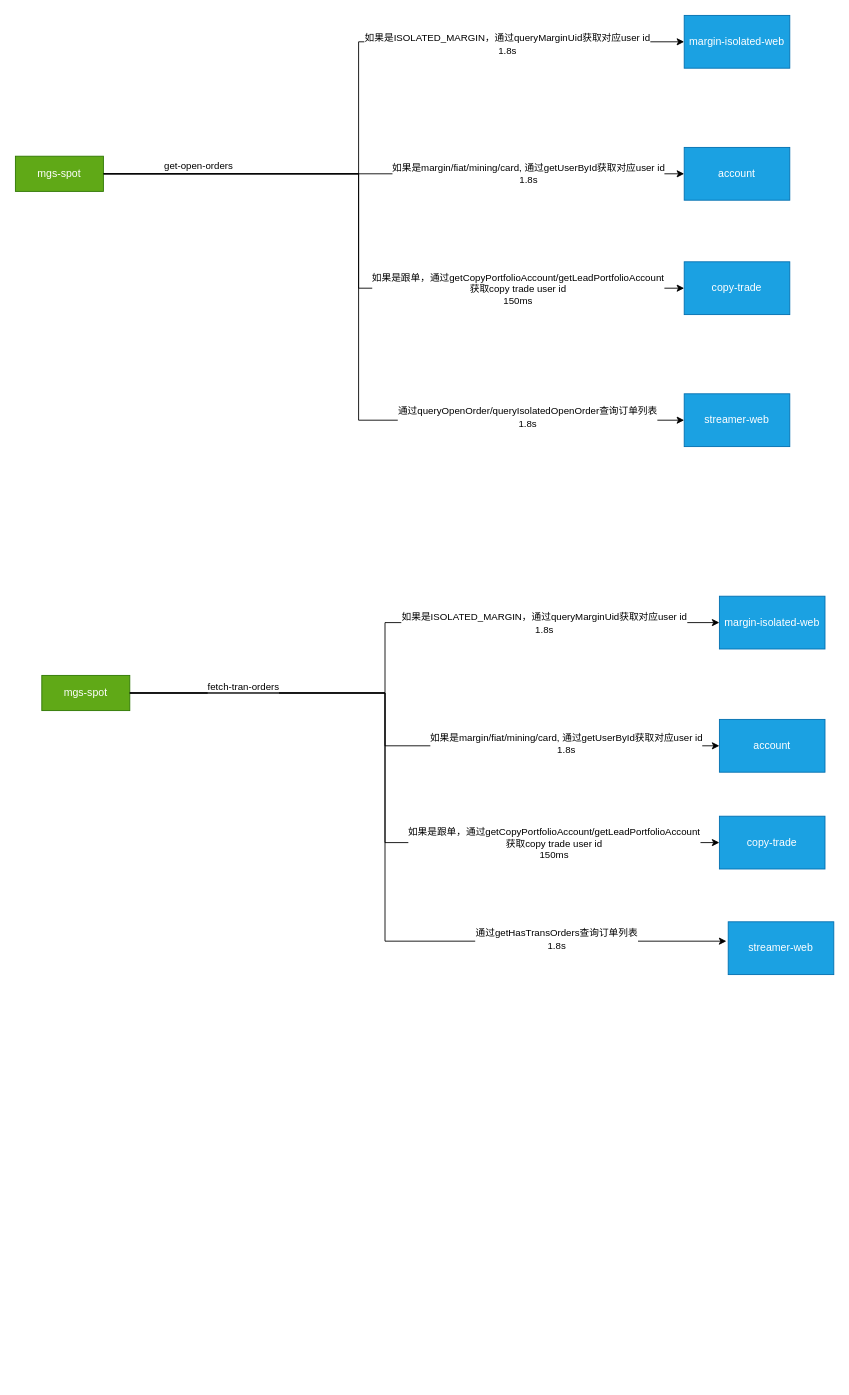
Earlier version of the draw.io diagram risk.drawio (jackjoesh/databend). Source tidied: cells renumbered, new cells numbered last; positions are measured from the earlier drawing's top-left corner, leaving out a move shared by most shapes. Both pictures are drawn from the tidied source at 88%, with x=0, y=0 at pixel (15, 15).
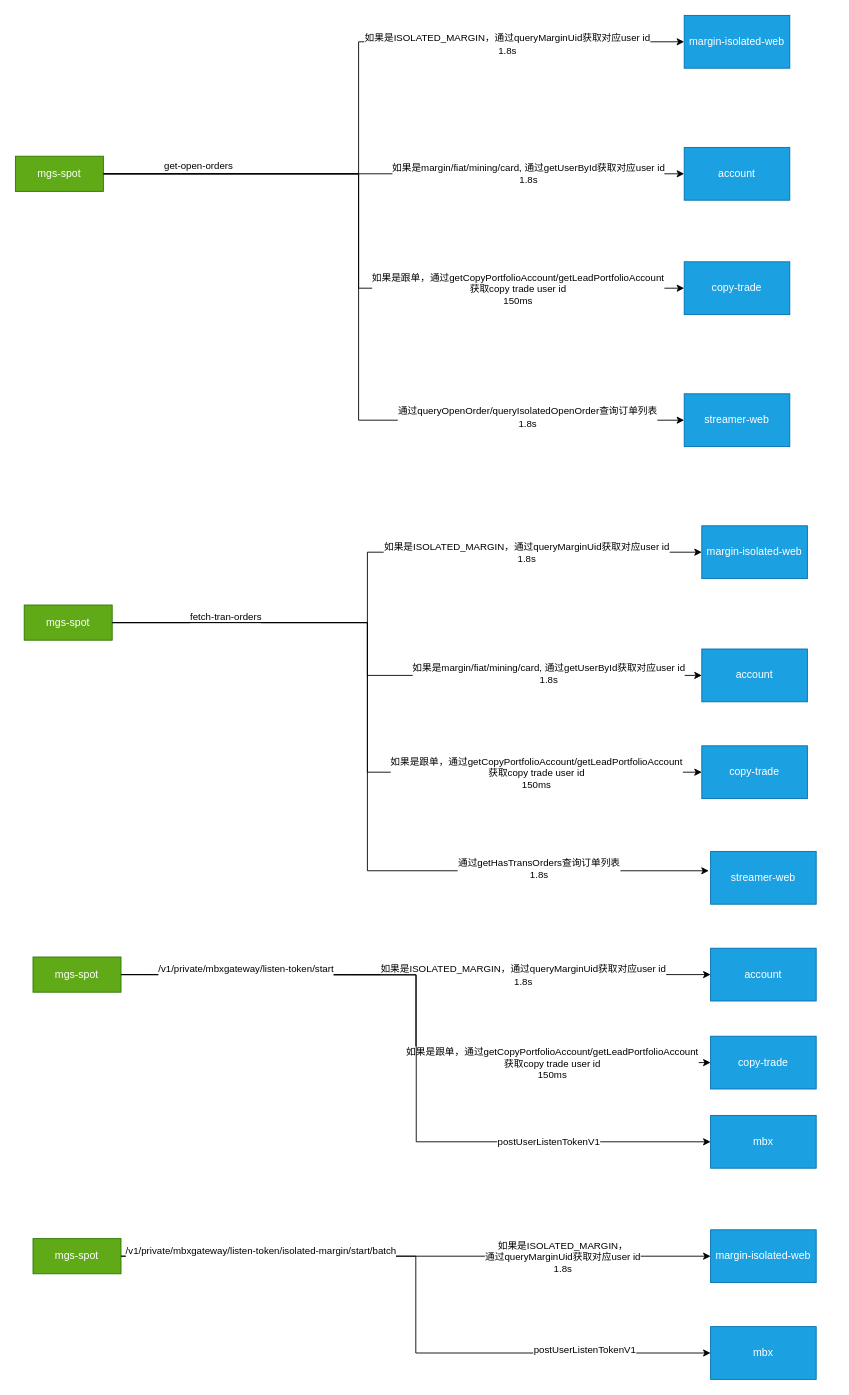
After the change.

Change to the diagram source:
```diff
@@
     <mxCell id="18" value="mgs-spot" style="rounded=0;whiteSpace=wrap;html=1;fillColor=#60a917;fontColor=#ffffff;strokeColor=#2D7600;" parent="1" vertex="1">
-      <mxGeometry x="30" y="750" width="100" height="40" as="geometry" />
+      <mxGeometry x="10" y="670" width="100" height="40" as="geometry" />
     </mxCell>
     <mxCell id="19" value="margin-isolated-web" style="rounded=0;whiteSpace=wrap;html=1;fillColor=#1ba1e2;fontColor=#ffffff;strokeColor=#006EAF;" parent="1" vertex="1">
-      <mxGeometry x="800" y="660" width="120" height="60" as="geometry" />
+      <mxGeometry x="780" y="580" width="120" height="60" as="geometry" />
     </mxCell>
     <mxCell id="20" value="account" style="rounded=0;whiteSpace=wrap;html=1;fillColor=#1ba1e2;fontColor=#ffffff;strokeColor=#006EAF;" parent="1" vertex="1">
-      <mxGeometry x="800" y="800" width="120" height="60" as="geometry" />
+      <mxGeometry x="780" y="720" width="120" height="60" as="geometry" />
     </mxCell>
     <mxCell id="21" style="endArrow=classic;html=1;rounded=0;edgeStyle=orthogonalEdgeStyle;entryX=0;entryY=0.5;entryDx=0;entryDy=0;exitX=1;exitY=0.5;exitDx=0;exitDy=0;" parent="1" edge="1" source="18" target="19">
       <mxGeometry relative="1" as="geometry">
         <Array as="points">
-          <mxPoint x="420" y="770" />
-          <mxPoint x="420" y="690" />
+          <mxPoint x="400" y="690" />
+          <mxPoint x="400" y="610" />
         </Array>
       </mxGeometry>
     </mxCell>
@@
     <mxCell id="23" style="endArrow=classic;html=1;rounded=0;entryX=0;entryY=0.5;entryDx=0;entryDy=0;edgeStyle=orthogonalEdgeStyle;exitX=1;exitY=0.5;exitDx=0;exitDy=0;" parent="1" edge="1" source="18" target="20">
       <mxGeometry relative="1" as="geometry">
         <Array as="points">
-          <mxPoint x="420" y="770" />
-          <mxPoint x="420" y="830" />
+          <mxPoint x="400" y="690" />
+          <mxPoint x="400" y="750" />
         </Array>
       </mxGeometry>
     </mxCell>
@@
     <mxCell id="26" value="copy-trade" style="rounded=0;whiteSpace=wrap;html=1;fillColor=#1ba1e2;fontColor=#ffffff;strokeColor=#006EAF;" parent="1" vertex="1">
-      <mxGeometry x="800" y="910" width="120" height="60" as="geometry" />
+      <mxGeometry x="780" y="830" width="120" height="60" as="geometry" />
     </mxCell>
     <mxCell id="27" value="streamer-web" style="rounded=0;whiteSpace=wrap;html=1;fillColor=#1ba1e2;fontColor=#ffffff;strokeColor=#006EAF;" parent="1" vertex="1">
-      <mxGeometry x="810" y="1030" width="120" height="60" as="geometry" />
+      <mxGeometry x="790" y="950" width="120" height="60" as="geometry" />
     </mxCell>
     <mxCell id="28" style="endArrow=classic;html=1;rounded=0;edgeStyle=orthogonalEdgeStyle;entryX=0;entryY=0.5;entryDx=0;entryDy=0;exitX=1;exitY=0.5;exitDx=0;exitDy=0;" parent="1" edge="1" source="18" target="26">
       <mxGeometry relative="1" as="geometry">
         <Array as="points">
-          <mxPoint x="420" y="770" />
-          <mxPoint x="420" y="940" />
+          <mxPoint x="400" y="690" />
+          <mxPoint x="400" y="860" />
         </Array>
       </mxGeometry>
     </mxCell>
@@
     <mxCell id="30" style="endArrow=classic;html=1;rounded=0;edgeStyle=orthogonalEdgeStyle;entryX=-0.017;entryY=0.367;entryDx=0;entryDy=0;entryPerimeter=0;" parent="1" edge="1" target="27">
       <mxGeometry relative="1" as="geometry">
-        <mxPoint x="130" y="770" as="sourcePoint" />
+        <mxPoint x="110" y="690" as="sourcePoint" />
         <Array as="points">
-          <mxPoint x="420" y="770" />
-          <mxPoint x="420" y="1052" />
+          <mxPoint x="400" y="690" />
+          <mxPoint x="400" y="972" />
         </Array>
       </mxGeometry>
     </mxCell>
@@
+    <mxCell id="32" value="mgs-spot" style="rounded=0;whiteSpace=wrap;html=1;fillColor=#60a917;fontColor=#ffffff;strokeColor=#2D7600;" parent="1" vertex="1">
+      <mxGeometry x="20" y="1070" width="100" height="40" as="geometry" />
+    </mxCell>
+    <mxCell id="33" value="account" style="rounded=0;whiteSpace=wrap;html=1;fillColor=#1ba1e2;fontColor=#ffffff;strokeColor=#006EAF;" parent="1" vertex="1">
+      <mxGeometry x="790" y="1060" width="120" height="60" as="geometry" />
+    </mxCell>
+    <mxCell id="34" style="endArrow=classic;html=1;rounded=0;edgeStyle=orthogonalEdgeStyle;exitX=1;exitY=0.5;exitDx=0;exitDy=0;entryX=0;entryY=0.5;entryDx=0;entryDy=0;" parent="1" edge="1" source="32" target="33">
+      <mxGeometry relative="1" as="geometry" />
+    </mxCell>
+    <mxCell id="35" value="如果是ISOLATED_MARGIN，通过queryMarginUid获取对应user id&lt;div&gt;1.8s&lt;/div&gt;" style="edgeLabel;html=1;align=center;verticalAlign=middle;" parent="34" vertex="1">
+      <mxGeometry x="0.36" relative="1" as="geometry" />
+    </mxCell>
+    <mxCell id="36" value="copy-trade" style="rounded=0;whiteSpace=wrap;html=1;fillColor=#1ba1e2;fontColor=#ffffff;strokeColor=#006EAF;" parent="1" vertex="1">
+      <mxGeometry x="790" y="1160" width="120" height="60" as="geometry" />
+    </mxCell>
+    <mxCell id="37" value="mbx" style="rounded=0;whiteSpace=wrap;html=1;fillColor=#1ba1e2;fontColor=#ffffff;strokeColor=#006EAF;" parent="1" vertex="1">
+      <mxGeometry x="790" y="1250" width="120" height="60" as="geometry" />
+    </mxCell>
+    <mxCell id="38" style="endArrow=classic;html=1;rounded=0;edgeStyle=orthogonalEdgeStyle;entryX=0;entryY=0.5;entryDx=0;entryDy=0;exitX=1;exitY=0.5;exitDx=0;exitDy=0;" parent="1" edge="1" source="32" target="36">
+      <mxGeometry relative="1" as="geometry" />
+    </mxCell>
+    <mxCell id="39" value="如果是跟单，通过getCopyPortfolioAccount/getLeadPortfolioAccount&lt;div&gt;获取copy trade user id&lt;div&gt;150ms&lt;/div&gt;&lt;/div&gt;" style="edgeLabel;html=1;align=center;verticalAlign=middle;" parent="38" vertex="1">
+      <mxGeometry x="0.45" y="3" relative="1" as="geometry">
+        <mxPoint x="31" y="3" as="offset" />
+      </mxGeometry>
+    </mxCell>
+    <mxCell id="40" style="endArrow=classic;html=1;rounded=0;entryX=0;entryY=0.5;entryDx=0;entryDy=0;edgeStyle=orthogonalEdgeStyle;" parent="1" edge="1" target="37">
+      <mxGeometry relative="1" as="geometry">
+        <mxPoint x="120" y="1090" as="sourcePoint" />
+      </mxGeometry>
+    </mxCell>
+    <mxCell id="41" value="postUserListenTokenV1" style="edgeLabel;html=1;align=center;verticalAlign=middle;" parent="40" vertex="1">
+      <mxGeometry x="0.57" y="1" relative="1" as="geometry" />
+    </mxCell>
+    <mxCell id="42" value="&lt;div&gt;/v1/private/mbxgateway/listen-token/start&lt;/div&gt;&lt;div&gt;&lt;br&gt;&lt;/div&gt;" style="edgeLabel;html=1;align=center;verticalAlign=middle;" parent="40" vertex="1">
+      <mxGeometry x="-0.83" y="2" relative="1" as="geometry">
+        <mxPoint x="68" y="2" as="offset" />
+      </mxGeometry>
+    </mxCell>
+    <mxCell id="43" style="edgeStyle=orthogonalEdgeStyle;rounded=0;jettySize=auto;html=1;exitX=1;exitY=0.5;exitDx=0;exitDy=0;entryX=0;entryY=0.5;entryDx=0;entryDy=0;" parent="1" edge="1" source="45" target="46">
+      <mxGeometry relative="1" as="geometry" />
+    </mxCell>
+    <mxCell id="44" value="如果是ISOLATED_MARGIN，&lt;div&gt;通过queryMarginUid获取对应user id&lt;div&gt;1.8s&lt;/div&gt;&lt;/div&gt;" style="edgeLabel;html=1;align=center;verticalAlign=middle;" parent="43" vertex="1">
+      <mxGeometry x="0.6" y="-1" relative="1" as="geometry">
+        <mxPoint x="-35" y="-1" as="offset" />
+      </mxGeometry>
+    </mxCell>
+    <mxCell id="45" value="mgs-spot" style="rounded=0;whiteSpace=wrap;html=1;fillColor=#60a917;fontColor=#ffffff;strokeColor=#2D7600;" parent="1" vertex="1">
+      <mxGeometry x="20" y="1390" width="100" height="40" as="geometry" />
+    </mxCell>
+    <mxCell id="46" value="margin-isolated-web" style="rounded=0;whiteSpace=wrap;html=1;fillColor=#1ba1e2;fontColor=#ffffff;strokeColor=#006EAF;" parent="1" vertex="1">
+      <mxGeometry x="790" y="1380" width="120" height="60" as="geometry" />
+    </mxCell>
+    <mxCell id="47" value="mbx" style="rounded=0;whiteSpace=wrap;html=1;fillColor=#1ba1e2;fontColor=#ffffff;strokeColor=#006EAF;" parent="1" vertex="1">
+      <mxGeometry x="790" y="1490" width="120" height="60" as="geometry" />
+    </mxCell>
+    <mxCell id="48" style="endArrow=classic;html=1;rounded=0;entryX=0;entryY=0.5;entryDx=0;entryDy=0;edgeStyle=orthogonalEdgeStyle;exitX=1;exitY=0.5;exitDx=0;exitDy=0;" parent="1" edge="1" source="45" target="47">
+      <mxGeometry relative="1" as="geometry" />
+    </mxCell>
+    <mxCell id="49" value="postUserListenTokenV1" style="edgeLabel;html=1;align=center;verticalAlign=middle;" parent="48" vertex="1">
+      <mxGeometry x="0.63" y="4" relative="1" as="geometry" />
+    </mxCell>
+    <mxCell id="50" value="&lt;div&gt;/v1/private/mbxgateway/listen-token/isolated-margin/start/batch&lt;/div&gt;&lt;div&gt;&lt;br&gt;&lt;/div&gt;" style="edgeLabel;html=1;align=center;verticalAlign=middle;" parent="48" vertex="1">
+      <mxGeometry x="-0.83" y="-4" relative="1" as="geometry">
+        <mxPoint x="92" y="-4" as="offset" />
+      </mxGeometry>
+    </mxCell>
```
